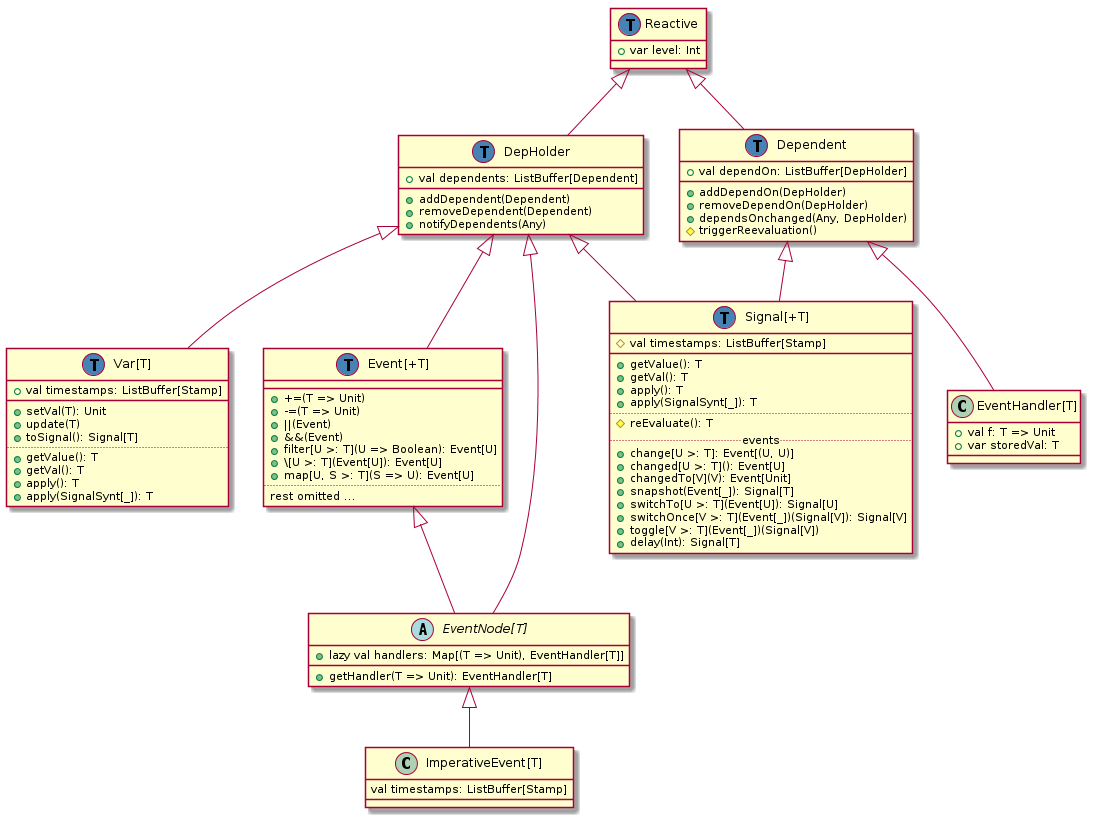
The PlantUML diagram doc/class-hierarchy/pre-refactoring-may-14.png in rescala-lang/REScala, before a commit. The source it was exported from:
```plantuml
@startuml
class Reactive {
  +var level: Int
}

class DepHolder extends Reactive {
  +val dependents: ListBuffer[Dependent]
  __
  +addDependent(Dependent)
  +removeDependent(Dependent)
  +notifyDependents(Any)
}

class Dependent extends Reactive {
  +val dependOn: ListBuffer[DepHolder]
  __
  +addDependOn(DepHolder)
  +removeDependOn(DepHolder)
  +dependsOnchanged(Any, DepHolder)
  #triggerReevaluation()
}

class "Var[T]" as Var extends DepHolder {
  +val timestamps: ListBuffer[Stamp]
  __
  +setVal(T): Unit
  +update(T)
  +toSignal(): Signal[T]
  ..
  +getValue(): T
  +getVal(): T
  +apply(): T
  +apply(SignalSynt[_]): T
}

class "Signal[+T]" as Signal {
  #val timestamps: ListBuffer[Stamp]
  __
  +getValue(): T
  +getVal(): T
  +apply(): T
  +apply(SignalSynt[_]): T
  ..
  #reEvaluate(): T
  .. events ..
  +change[U >: T]: Event[(U, U)]
  +changed[U >: T](): Event[U]
  +changedTo[V](V): Event[Unit]
  +snapshot(Event[_]): Signal[T]
  +switchTo[U >: T](Event[U]): Signal[U]
  +switchOnce[V >: T](Event[_])(Signal[V]): Signal[V]
  +toggle[V >: T](Event[_])(Signal[V])
  +delay(Int): Signal[T]
}

DepHolder <|-- Signal
Dependent <|-- Signal

class "Event[+T]" as Event extends DepHolder {
  __
  ++=(T => Unit)
  +-=(T => Unit)
  +||(Event)
  +&&(Event)
  +filter[U >: T](U => Boolean): Event[U]
  +\\\[U >: T](Event[U]): Event[U]
  +map[U, S >: T](S => U): Event[U]
  ..
  rest omitted ...
}

class "EventHandler[T]" as EventHandler extends Dependent {
  +val f: T => Unit
  +var storedVal: T
}

abstract class "EventNode[T]" as EventNode {
  +lazy val handlers: Map[(T => Unit), EventHandler[T]]
  __
  +getHandler(T => Unit): EventHandler[T]
}

Event <|-- EventNode
DepHolder <|-- EventNode

class "ImperativeEvent[T]" as ImperativeEvent extends EventNode {
  val timestamps: ListBuffer[Stamp]
}

class Signal << (T,#4682b4) >>
class Var << (T,#4682b4) >>
class DepHolder << (T,#4682b4) >>
class Dependent << (T,#4682b4) >>
class Reactive << (T,#4682b4) >>
class Event << (T,#4682b4) >>
@enduml
```
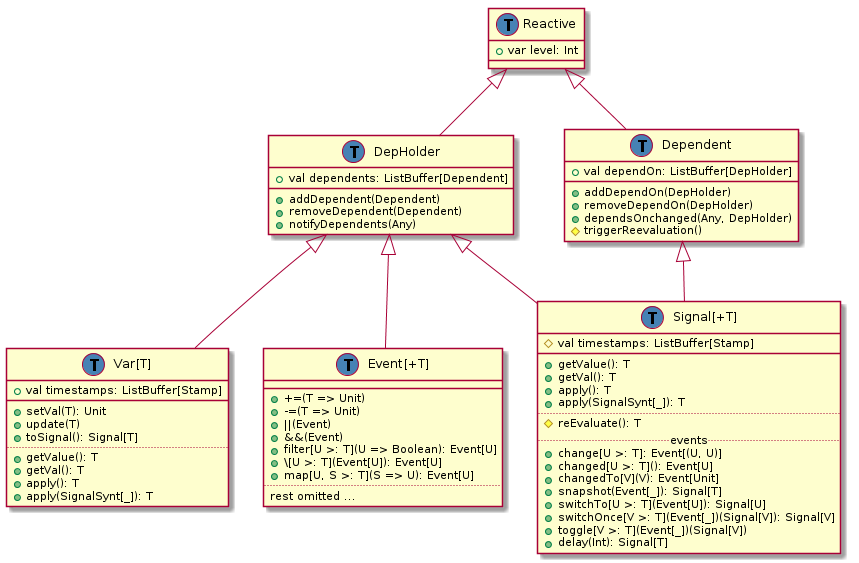
After the change.

Diff of the diagram source:
```diff
@@ -69,24 +69,6 @@
   rest omitted ...
 }
 
-class "EventHandler[T]" as EventHandler extends Dependent {
-  +val f: T => Unit
-  +var storedVal: T
-}
-
-abstract class "EventNode[T]" as EventNode {
-  +lazy val handlers: Map[(T => Unit), EventHandler[T]]
-  __
-  +getHandler(T => Unit): EventHandler[T]
-}
-
-Event <|-- EventNode
-DepHolder <|-- EventNode
-
-class "ImperativeEvent[T]" as ImperativeEvent extends EventNode {
-  val timestamps: ListBuffer[Stamp]
-}
-
 class Signal << (T,#4682b4) >>
 class Var << (T,#4682b4) >>
 class DepHolder << (T,#4682b4) >>
```
